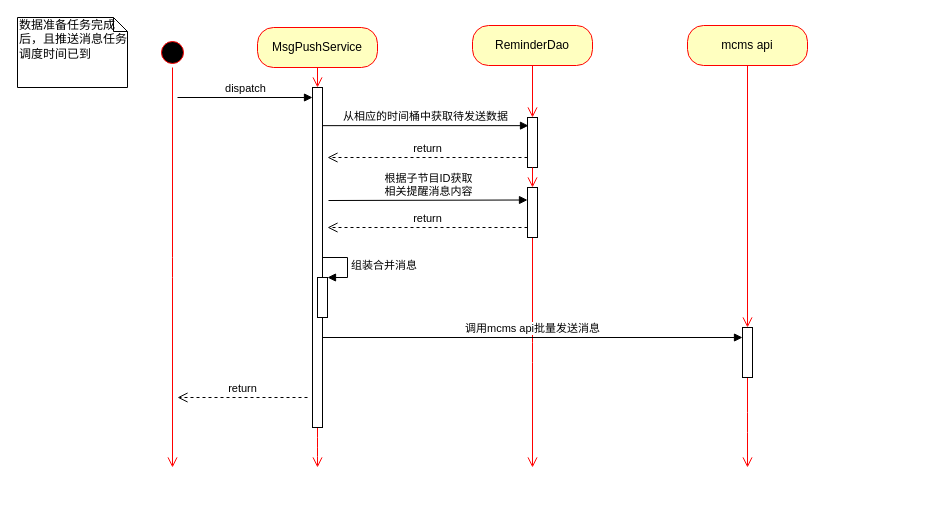
Earlier version of the draw.io diagram page "Page-3" (3 of 3) of Untitled Diagram.drawio (xfbxag/weijia). Source tidied: cells renumbered, new cells numbered last; positions are measured from the earlier drawing's top-left corner, leaving out a move shared by most shapes. Both pictures are drawn from the tidied source at 100%, with x=0, y=0 at pixel (17, 17).
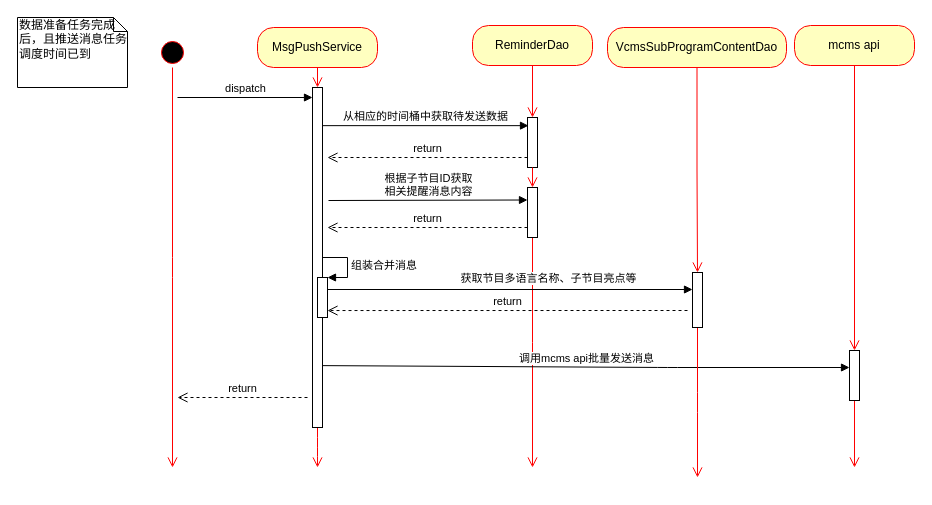
After the change.

Unchanged cells that the change refers to:
```xml
<mxCell id="12" style="html=1;points=[];perimeter=orthogonalPerimeter;align=center;" parent="1" vertex="1">
  <mxGeometry x="295" y="70" width="10" height="340" as="geometry" />
</mxCell>
<mxCell id="22" style="html=1;points=[];perimeter=orthogonalPerimeter;align=center;" parent="1" vertex="1">
  <mxGeometry x="300" y="260" width="10" height="40" as="geometry" />
</mxCell>
```

The edit, as a diff of the source:
```diff
@@
     <mxCell id="8" value="mcms api" style="rounded=1;whiteSpace=wrap;html=1;arcSize=40;fontColor=#000000;fillColor=#ffffc0;strokeColor=#ff0000;align=center;" parent="1" vertex="1">
-      <mxGeometry x="670" y="8" width="120" height="40" as="geometry" />
+      <mxGeometry x="777" y="8" width="120" height="40" as="geometry" />
     </mxCell>
     <mxCell id="9" style="edgeStyle=orthogonalEdgeStyle;html=1;verticalAlign=bottom;endArrow=open;endSize=8;strokeColor=#ff0000;align=center;" parent="1" edge="1" source="25">
       <mxGeometry relative="1" as="geometry">
-        <mxPoint x="730" y="450" as="targetPoint" />
+        <mxPoint x="837" y="450" as="targetPoint" />
       </mxGeometry>
     </mxCell>
@@
-    <mxCell id="24" value="调用mcms api批量发送消息" style="html=1;verticalAlign=bottom;endArrow=block;align=center;" parent="1" edge="1" target="25">
+    <mxCell id="24" value="调用mcms api批量发送消息" style="html=1;verticalAlign=bottom;endArrow=block;align=center;exitX=1;exitY=0.818;exitDx=0;exitDy=0;exitPerimeter=0;" parent="1" edge="1" source="12" target="25">
       <mxGeometry relative="1" as="geometry">
-        <mxPoint x="305" y="320" as="sourcePoint" />
+        <Array as="points">
+          <mxPoint x="650" y="350" />
+        </Array>
       </mxGeometry>
     </mxCell>
     <mxCell id="25" style="html=1;points=[];perimeter=orthogonalPerimeter;align=center;" parent="1" vertex="1">
-      <mxGeometry x="725" y="310" width="10" height="50" as="geometry" />
+      <mxGeometry x="832" y="333" width="10" height="50" as="geometry" />
     </mxCell>
@@
+    <mxCell id="28" value="VcmsSubProgramContentDao" style="rounded=1;whiteSpace=wrap;html=1;arcSize=40;fontColor=#000000;fillColor=#ffffc0;strokeColor=#ff0000;" parent="1" vertex="1">
+      <mxGeometry x="590" y="10" width="179" height="40" as="geometry" />
+    </mxCell>
+    <mxCell id="29" style="edgeStyle=orthogonalEdgeStyle;html=1;verticalAlign=bottom;endArrow=open;endSize=8;strokeColor=#ff0000;" parent="1" edge="1" source="31">
+      <mxGeometry relative="1" as="geometry">
+        <mxPoint x="680" y="460" as="targetPoint" />
+      </mxGeometry>
+    </mxCell>
+    <mxCell id="30" value="获取节目多语言名称、子节目亮点等" style="html=1;verticalAlign=bottom;endArrow=block;exitX=1;exitY=0.3;exitDx=0;exitDy=0;exitPerimeter=0;" parent="1" edge="1" source="22" target="31">
+      <mxGeometry x="0.21" y="2" relative="1" as="geometry" />
+    </mxCell>
+    <mxCell id="31" style="html=1;points=[];perimeter=orthogonalPerimeter;" parent="1" vertex="1">
+      <mxGeometry x="675" y="255" width="10" height="55" as="geometry" />
+    </mxCell>
+    <mxCell id="32" style="edgeStyle=orthogonalEdgeStyle;html=1;verticalAlign=bottom;endArrow=open;endSize=8;strokeColor=#ff0000;" parent="1" edge="1" source="28" target="31">
+      <mxGeometry relative="1" as="geometry" />
+    </mxCell>
+    <mxCell id="33" value="return" style="html=1;verticalAlign=bottom;endArrow=open;dashed=1;endSize=8;entryX=1.5;entryY=0.656;entryDx=0;entryDy=0;entryPerimeter=0;" parent="1" edge="1" target="12">
+      <mxGeometry relative="1" as="geometry">
+        <mxPoint x="670" y="293" as="sourcePoint" />
+      </mxGeometry>
+    </mxCell>
```
